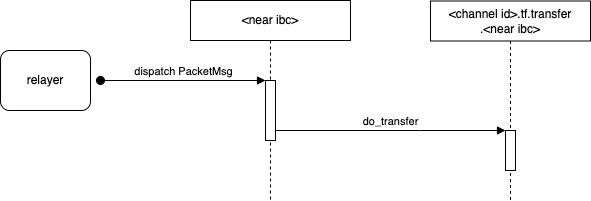
octopus-network/near-ibc keeps this draw.io diagram as images/near_ibc-Page-4-2.drawio.png. Above is the earlier version. Source tidied: cells renumbered, new cells last; positions are measured from the earlier drawing's top-left corner, leaving out a move shared by most shapes.
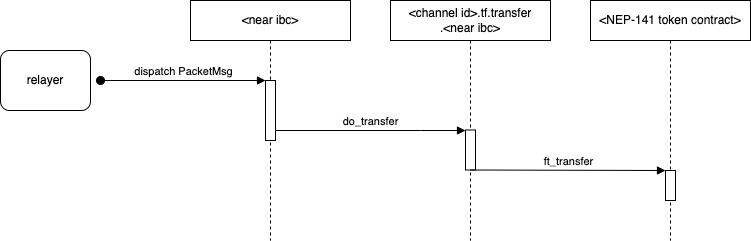
The same diagram one commit later.

Diff of the diagram source:
```diff
@@ -3,13 +3,13 @@
     <mxCell id="0" />
     <mxCell id="1" parent="0" />
     <mxCell id="2" value="&amp;lt;channel id&amp;gt;.tf.transfer&lt;br&gt;.&amp;lt;near ibc&amp;gt;" style="shape=umlLifeline;perimeter=lifelinePerimeter;whiteSpace=wrap;html=1;newEdgeStyle={&quot;edgeStyle&quot;:&quot;elbowEdgeStyle&quot;,&quot;elbow&quot;:&quot;vertical&quot;,&quot;curved&quot;:0,&quot;rounded&quot;:0};" parent="1" vertex="1">
-      <mxGeometry x="430" y="0.5" width="160" height="199.5" as="geometry" />
+      <mxGeometry x="390" width="160" height="240" as="geometry" />
     </mxCell>
     <mxCell id="3" style="html=1;points=[];perimeter=orthogonalPerimeter;outlineConnect=0;targetShapes=umlLifeline;portConstraint=eastwest;newEdgeStyle={&quot;edgeStyle&quot;:&quot;elbowEdgeStyle&quot;,&quot;elbow&quot;:&quot;vertical&quot;,&quot;curved&quot;:0,&quot;rounded&quot;:0};" parent="2" vertex="1">
       <mxGeometry x="75" y="129.5" width="10" height="40" as="geometry" />
     </mxCell>
     <mxCell id="4" value="&amp;lt;near ibc&amp;gt;" style="shape=umlLifeline;perimeter=lifelinePerimeter;whiteSpace=wrap;html=1;newEdgeStyle={&quot;edgeStyle&quot;:&quot;elbowEdgeStyle&quot;,&quot;elbow&quot;:&quot;vertical&quot;,&quot;curved&quot;:0,&quot;rounded&quot;:0};" parent="1" vertex="1">
-      <mxGeometry x="190" width="160" height="200" as="geometry" />
+      <mxGeometry x="190" width="160" height="240" as="geometry" />
     </mxCell>
     <mxCell id="5" style="html=1;points=[];perimeter=orthogonalPerimeter;outlineConnect=0;targetShapes=umlLifeline;portConstraint=eastwest;newEdgeStyle={&quot;edgeStyle&quot;:&quot;elbowEdgeStyle&quot;,&quot;elbow&quot;:&quot;vertical&quot;,&quot;curved&quot;:0,&quot;rounded&quot;:0};" parent="4" vertex="1">
       <mxGeometry x="75" y="80" width="10" height="60" as="geometry" />
@@ -30,5 +30,20 @@
         </Array>
       </mxGeometry>
     </mxCell>
+    <mxCell id="9" value="&amp;lt;NEP-141 token contract&amp;gt;" style="shape=umlLifeline;perimeter=lifelinePerimeter;whiteSpace=wrap;html=1;newEdgeStyle={&quot;edgeStyle&quot;:&quot;elbowEdgeStyle&quot;,&quot;elbow&quot;:&quot;vertical&quot;,&quot;curved&quot;:0,&quot;rounded&quot;:0};" parent="1" vertex="1">
+      <mxGeometry x="590" width="160" height="240" as="geometry" />
+    </mxCell>
+    <mxCell id="10" style="html=1;points=[];perimeter=orthogonalPerimeter;outlineConnect=0;targetShapes=umlLifeline;portConstraint=eastwest;newEdgeStyle={&quot;edgeStyle&quot;:&quot;elbowEdgeStyle&quot;,&quot;elbow&quot;:&quot;vertical&quot;,&quot;curved&quot;:0,&quot;rounded&quot;:0};" parent="9" vertex="1">
+      <mxGeometry x="75" y="170" width="10" height="30" as="geometry" />
+    </mxCell>
+    <mxCell id="11" value="ft_transfer" style="html=1;verticalAlign=bottom;startArrow=none;endArrow=block;startSize=8;edgeStyle=elbowEdgeStyle;elbow=vertical;curved=0;rounded=0;startFill=0;" parent="1" edge="1" source="3" target="10">
+      <mxGeometry relative="1" as="geometry">
+        <Array as="points">
+          <mxPoint x="550" y="170" />
+          <mxPoint x="550" y="190" />
+          <mxPoint x="610" y="220" />
+        </Array>
+      </mxGeometry>
+    </mxCell>
   </root>
 </mxGraphModel>
```
